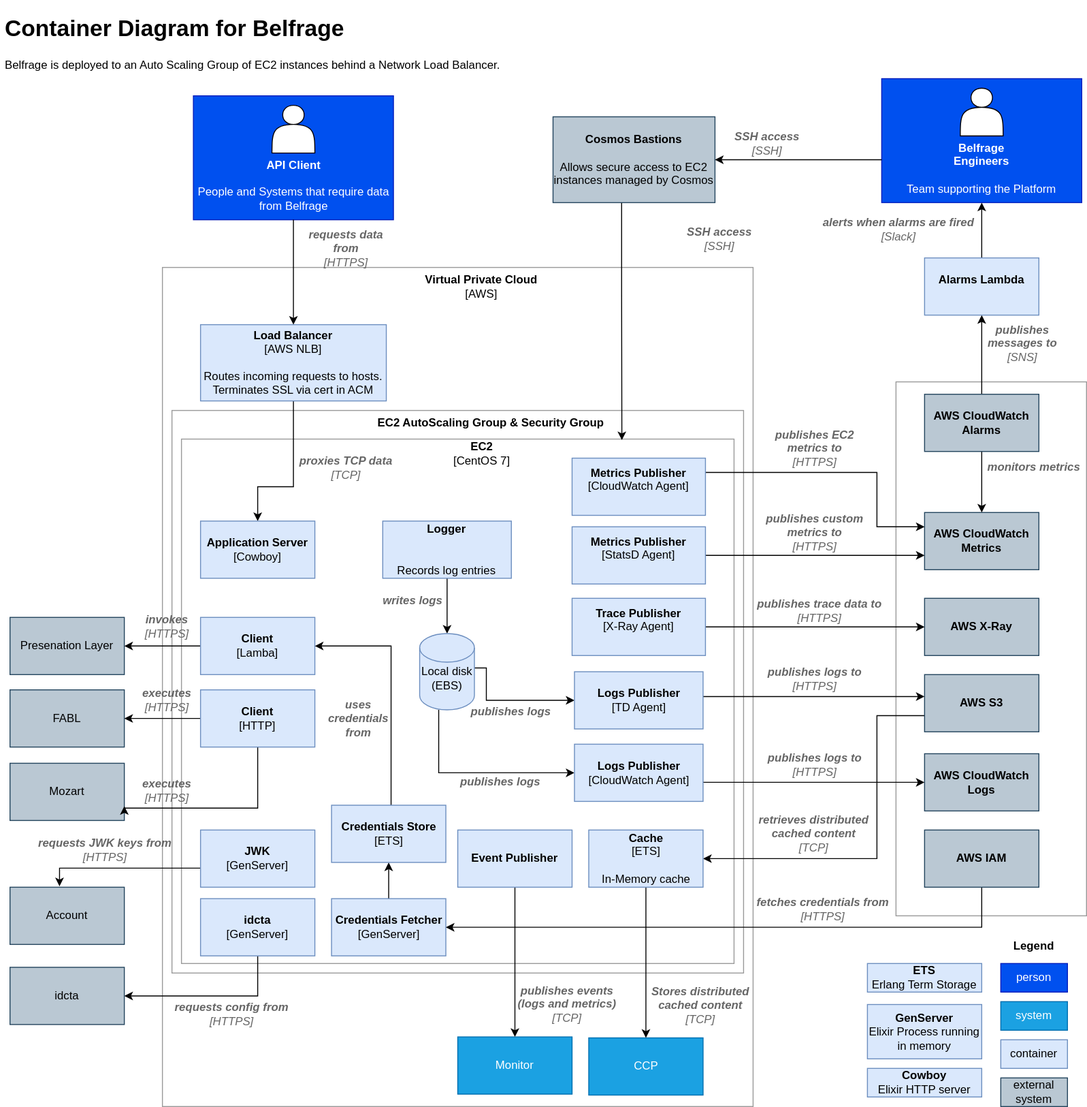
Earlier version of the draw.io export docs/img/architecture/c4-level-2.svg (tracy-o/learning-day). Source tidied: cells renumbered, new cells last; positions are measured from the earlier drawing's top-left corner, leaving out a move shared by most shapes.
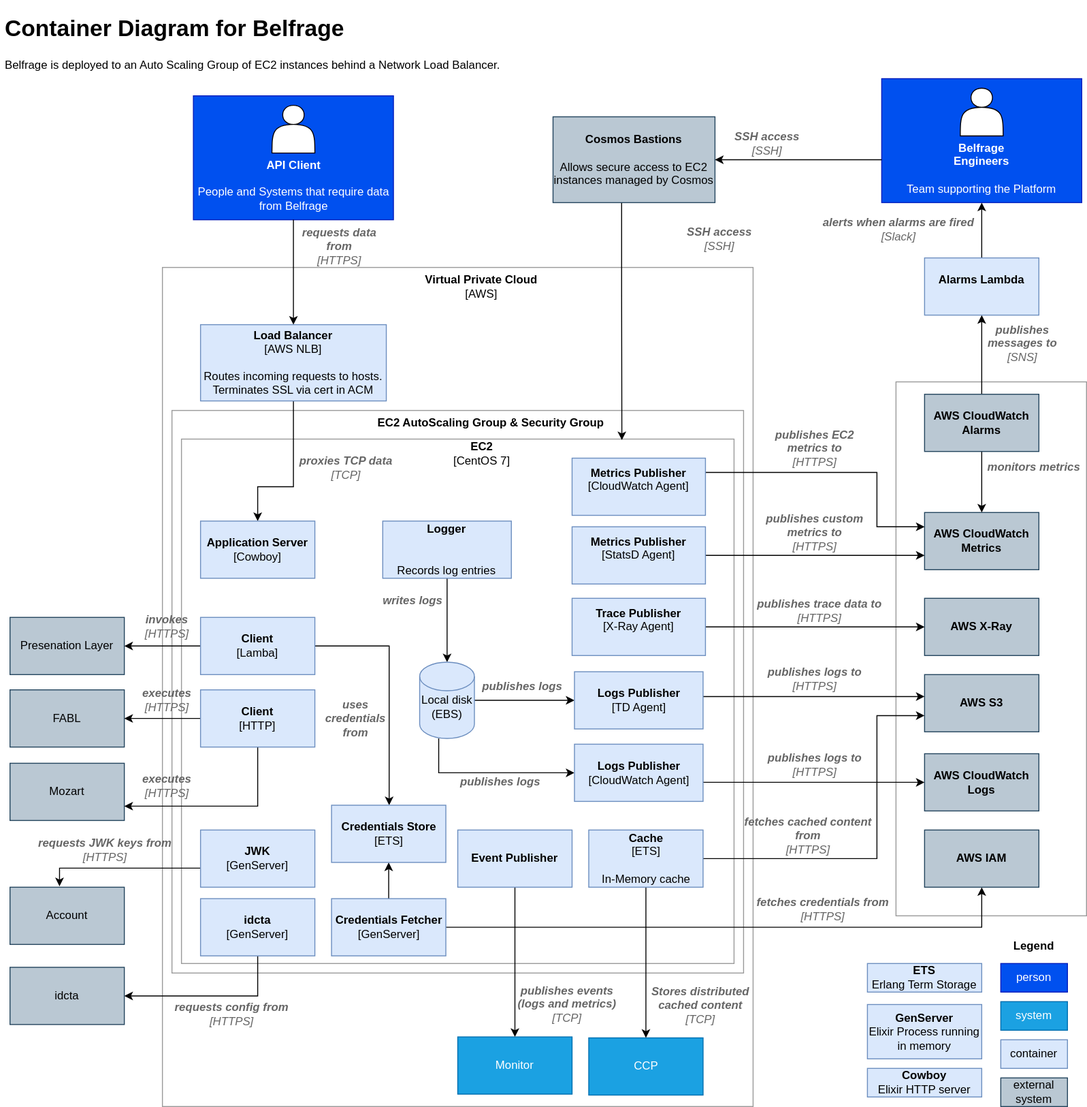
Above is the later version.

Commit message:
Ensure the direction arrows are consistent

What changed in the source:
```diff
@@ -68,13 +68,13 @@
     <mxCell id="20" style="edgeStyle=orthogonalEdgeStyle;rounded=0;jettySize=auto;html=1;" parent="1" edge="1" source="21" target="33">
       <mxGeometry relative="1" as="geometry">
         <Array as="points">
-          <mxPoint x="510" y="690" />
-          <mxPoint x="510" y="724" />
+          <mxPoint x="520" y="724" />
+          <mxPoint x="520" y="724" />
         </Array>
       </mxGeometry>
     </mxCell>
     <mxCell id="21" value="&lt;br&gt;Local disk&lt;br&gt;(EBS)" style="shape=cylinder2;whiteSpace=wrap;html=1;boundedLbl=1;backgroundOutline=1;size=15;fillColor=#dae8fc;strokeColor=#6c8ebf;" parent="1" vertex="1">
-      <mxGeometry x="440" y="654" width="57.5" height="80" as="geometry" />
+      <mxGeometry x="440" y="684" width="57.5" height="80" as="geometry" />
     </mxCell>
     <mxCell id="22" value="&lt;b&gt;Application Server&lt;/b&gt;&lt;br&gt;[Cowboy]" style="rounded=0;whiteSpace=wrap;html=1;fillColor=#dae8fc;strokeColor=#6c8ebf;" parent="1" vertex="1">
       <mxGeometry x="210" y="536" width="120" height="60" as="geometry" />
@@ -110,14 +110,6 @@
     <mxCell id="29" value="&lt;b&gt;Logs Publisher&lt;/b&gt;&lt;br&gt;[CloudWatch Agent]&lt;br&gt;" style="rounded=0;whiteSpace=wrap;html=1;fillColor=#dae8fc;strokeColor=#6c8ebf;" parent="1" vertex="1">
       <mxGeometry x="602.5" y="770" width="135" height="60" as="geometry" />
     </mxCell>
-    <mxCell id="30" style="edgeStyle=orthogonalEdgeStyle;rounded=0;jettySize=auto;html=1;" parent="1" edge="1" source="31" target="87">
-      <mxGeometry relative="1" as="geometry">
-        <Array as="points">
-          <mxPoint x="920" y="740" />
-          <mxPoint x="920" y="890" />
-        </Array>
-      </mxGeometry>
-    </mxCell>
     <mxCell id="31" value="&lt;b&gt;AWS S3&lt;/b&gt;" style="rounded=0;whiteSpace=wrap;html=1;fillColor=#bac8d3;strokeColor=#23445d;" parent="1" vertex="1">
       <mxGeometry x="970" y="697" width="120" height="60" as="geometry" />
     </mxCell>
@@ -162,8 +154,8 @@
     <mxCell id="43" value="&lt;i&gt;&lt;font color=&quot;#666666&quot;&gt;&lt;b&gt;proxies TCP data&lt;/b&gt;&lt;br&gt;[TCP]&lt;br&gt;&lt;/font&gt;&lt;/i&gt;" style="text;html=1;strokeColor=none;fillColor=none;align=center;verticalAlign=middle;whiteSpace=wrap;rounded=0;" parent="1" vertex="1">
       <mxGeometry x="308" y="470" width="110" height="20" as="geometry" />
     </mxCell>
-    <mxCell id="44" value="&lt;i&gt;&lt;font color=&quot;#666666&quot;&gt;&lt;b&gt;retrieves distributed cached content&lt;/b&gt;&lt;br&gt;[TCP]&lt;/font&gt;&lt;/i&gt;" style="text;html=1;strokeColor=none;fillColor=none;align=center;verticalAlign=middle;whiteSpace=wrap;rounded=0;" parent="1" vertex="1">
-      <mxGeometry x="778" y="854" width="152" height="20" as="geometry" />
+    <mxCell id="44" value="&lt;i&gt;&lt;font color=&quot;#666666&quot;&gt;&lt;b&gt;fetches cached content from&lt;/b&gt;&lt;br&gt;[HTTPS]&lt;/font&gt;&lt;/i&gt;" style="text;html=1;strokeColor=none;fillColor=none;align=center;verticalAlign=middle;whiteSpace=wrap;rounded=0;" parent="1" vertex="1">
+      <mxGeometry x="772" y="850" width="152" height="31" as="geometry" />
     </mxCell>
     <mxCell id="45" value="Presenation Layer" style="rounded=0;whiteSpace=wrap;html=1;fillColor=#bac8d3;strokeColor=#23445d;" parent="1" vertex="1">
       <mxGeometry x="10" y="637" width="120" height="60" as="geometry" />
@@ -177,6 +169,13 @@
     <mxCell id="48" style="edgeStyle=orthogonalEdgeStyle;rounded=0;jettySize=auto;html=1;entryX=1;entryY=0.5;entryDx=0;entryDy=0;" parent="1" edge="1" source="49" target="45">
       <mxGeometry relative="1" as="geometry" />
     </mxCell>
+    <mxCell id="107" style="edgeStyle=orthogonalEdgeStyle;rounded=0;jettySize=auto;html=1;entryX=0.629;entryY=0.017;entryDx=0;entryDy=0;entryPerimeter=0;" parent="1" edge="1" source="49" target="102">
+      <mxGeometry relative="1" as="geometry">
+        <Array as="points">
+          <mxPoint x="408" y="667" />
+        </Array>
+      </mxGeometry>
+    </mxCell>
     <mxCell id="49" value="&lt;b&gt;Client&lt;/b&gt;&lt;br&gt;[Lamba]" style="rounded=0;whiteSpace=wrap;html=1;fillColor=#dae8fc;strokeColor=#6c8ebf;" parent="1" vertex="1">
       <mxGeometry x="210" y="637" width="120" height="60" as="geometry" />
     </mxCell>
@@ -189,7 +188,7 @@
     <mxCell id="52" style="edgeStyle=orthogonalEdgeStyle;rounded=0;jettySize=auto;html=1;entryX=1;entryY=0.75;entryDx=0;entryDy=0;" parent="1" edge="1" source="53" target="47">
       <mxGeometry relative="1" as="geometry">
         <Array as="points">
-          <mxPoint x="270" y="837" />
+          <mxPoint x="270" y="835" />
         </Array>
       </mxGeometry>
     </mxCell>
@@ -200,7 +199,7 @@
       <mxGeometry x="120" y="714" width="110" height="20" as="geometry" />
     </mxCell>
     <mxCell id="55" value="&lt;i&gt;&lt;font color=&quot;#666666&quot;&gt;&lt;b&gt;executes&lt;/b&gt;&lt;br&gt;[HTTPS]&lt;/font&gt;&lt;/i&gt;" style="text;html=1;strokeColor=none;fillColor=none;align=center;verticalAlign=middle;whiteSpace=wrap;rounded=0;" parent="1" vertex="1">
-      <mxGeometry x="120" y="809" width="110" height="20" as="geometry" />
+      <mxGeometry x="120" y="804" width="110" height="20" as="geometry" />
     </mxCell>
     <mxCell id="56" value="&lt;i&gt;&lt;font color=&quot;#666666&quot;&gt;&lt;b&gt;writes logs&lt;/b&gt;&lt;/font&gt;&lt;/i&gt;" style="text;html=1;strokeColor=none;fillColor=none;align=center;verticalAlign=middle;whiteSpace=wrap;rounded=0;" parent="1" vertex="1">
       <mxGeometry x="378" y="610" width="110" height="20" as="geometry" />
@@ -221,13 +220,13 @@
       <mxGeometry x="800" y="450" width="110" height="20" as="geometry" />
     </mxCell>
     <mxCell id="62" value="&lt;i&gt;&lt;font color=&quot;#666666&quot;&gt;&lt;b&gt;publishes logs&lt;/b&gt;&lt;/font&gt;&lt;/i&gt;" style="text;html=1;strokeColor=none;fillColor=none;align=center;verticalAlign=middle;whiteSpace=wrap;rounded=0;" parent="1" vertex="1">
-      <mxGeometry x="481.2" y="726" width="110" height="20" as="geometry" />
+      <mxGeometry x="492.5" y="700" width="110" height="20" as="geometry" />
     </mxCell>
     <mxCell id="63" style="edgeStyle=orthogonalEdgeStyle;rounded=0;jettySize=auto;html=1;entryX=0.5;entryY=0;entryDx=0;entryDy=0;" parent="1" edge="1" source="38" target="7">
       <mxGeometry relative="1" as="geometry" />
     </mxCell>
     <mxCell id="64" value="&lt;i&gt;&lt;font color=&quot;#666666&quot;&gt;&lt;b&gt;requests data from&lt;/b&gt;&lt;br&gt;[HTTPS]&lt;br&gt;&lt;/font&gt;&lt;/i&gt;" style="text;html=1;strokeColor=none;fillColor=none;align=center;verticalAlign=middle;whiteSpace=wrap;rounded=0;" parent="1" vertex="1">
-      <mxGeometry x="308" y="240" width="110" height="20" as="geometry" />
+      <mxGeometry x="301" y="238" width="110" height="20" as="geometry" />
     </mxCell>
     <mxCell id="65" value="&lt;i&gt;&lt;font color=&quot;#666666&quot;&gt;&lt;b&gt;monitors metrics&lt;/b&gt;&lt;/font&gt;&lt;/i&gt;" style="text;html=1;strokeColor=none;fillColor=none;align=center;verticalAlign=middle;whiteSpace=wrap;rounded=0;" parent="1" vertex="1">
       <mxGeometry x="1030" y="470" width="110" height="20" as="geometry" />
@@ -309,6 +308,14 @@
     <mxCell id="86" style="edgeStyle=orthogonalEdgeStyle;rounded=0;jettySize=auto;html=1;entryX=0.5;entryY=0;entryDx=0;entryDy=0;" parent="1" edge="1" source="87" target="83">
       <mxGeometry relative="1" as="geometry" />
     </mxCell>
+    <mxCell id="108" style="edgeStyle=orthogonalEdgeStyle;rounded=0;jettySize=auto;html=1;" parent="1" edge="1" source="87" target="31">
+      <mxGeometry relative="1" as="geometry">
+        <Array as="points">
+          <mxPoint x="920" y="890" />
+          <mxPoint x="920" y="740" />
+        </Array>
+      </mxGeometry>
+    </mxCell>
     <mxCell id="87" value="&lt;b&gt;Cache&lt;/b&gt;&lt;br&gt;[ETS]&lt;br&gt;&lt;br&gt;In-Memory cache" style="rounded=0;whiteSpace=wrap;html=1;fillColor=#dae8fc;strokeColor=#6c8ebf;" parent="1" vertex="1">
       <mxGeometry x="617.5" y="860" width="120" height="60" as="geometry" />
     </mxCell>
@@ -352,26 +359,15 @@
     <mxCell id="99" style="edgeStyle=orthogonalEdgeStyle;rounded=0;jettySize=auto;html=1;entryX=0.5;entryY=1;entryDx=0;entryDy=0;" parent="1" edge="1" source="100" target="102">
       <mxGeometry relative="1" as="geometry" />
     </mxCell>
+    <mxCell id="109" style="edgeStyle=orthogonalEdgeStyle;rounded=0;jettySize=auto;html=1;entryX=0.5;entryY=1;entryDx=0;entryDy=0;" parent="1" edge="1" source="100" target="104">
+      <mxGeometry relative="1" as="geometry" />
+    </mxCell>
     <mxCell id="100" value="&lt;b&gt;Credentials Fetcher&lt;/b&gt;&lt;br&gt;[GenServer]" style="rounded=0;whiteSpace=wrap;html=1;fillColor=#dae8fc;strokeColor=#6c8ebf;" parent="1" vertex="1">
       <mxGeometry x="347.5" y="932" width="120" height="60" as="geometry" />
     </mxCell>
-    <mxCell id="101" style="edgeStyle=orthogonalEdgeStyle;rounded=0;jettySize=auto;html=1;entryX=1;entryY=0.5;entryDx=0;entryDy=0;" parent="1" edge="1" source="102" target="49">
-      <mxGeometry relative="1" as="geometry">
-        <Array as="points">
-          <mxPoint x="410" y="667" />
-        </Array>
-      </mxGeometry>
-    </mxCell>
     <mxCell id="102" value="&lt;b&gt;Credentials Store&lt;/b&gt;&lt;br&gt;[ETS]" style="rounded=0;whiteSpace=wrap;html=1;fillColor=#dae8fc;strokeColor=#6c8ebf;" parent="1" vertex="1">
       <mxGeometry x="347.5" y="834" width="120" height="60" as="geometry" />
     </mxCell>
-    <mxCell id="103" style="edgeStyle=orthogonalEdgeStyle;rounded=0;jettySize=auto;html=1;entryX=1;entryY=0.75;entryDx=0;entryDy=0;" parent="1" edge="1" source="104" target="100">
-      <mxGeometry relative="1" as="geometry">
-        <Array as="points">
-          <mxPoint x="1030" y="962" />
-        </Array>
-      </mxGeometry>
-    </mxCell>
     <mxCell id="104" value="&lt;b&gt;AWS IAM&lt;/b&gt;" style="rounded=0;whiteSpace=wrap;html=1;fillColor=#bac8d3;strokeColor=#23445d;" parent="1" vertex="1">
       <mxGeometry x="970" y="860" width="120" height="60" as="geometry" />
     </mxCell>
@@ -379,7 +375,7 @@
       <mxGeometry x="790" y="933" width="147" height="20" as="geometry" />
     </mxCell>
     <mxCell id="106" value="&lt;i&gt;&lt;font color=&quot;#666666&quot;&gt;&lt;b&gt;uses credentials from&lt;/b&gt;&lt;/font&gt;&lt;/i&gt;" style="text;html=1;strokeColor=none;fillColor=none;align=center;verticalAlign=middle;whiteSpace=wrap;rounded=0;" parent="1" vertex="1">
-      <mxGeometry x="336" y="728" width="80" height="30" as="geometry" />
+      <mxGeometry x="332.5" y="728" width="80" height="30" as="geometry" />
     </mxCell>
   </root>
 </mxGraphModel>
```
